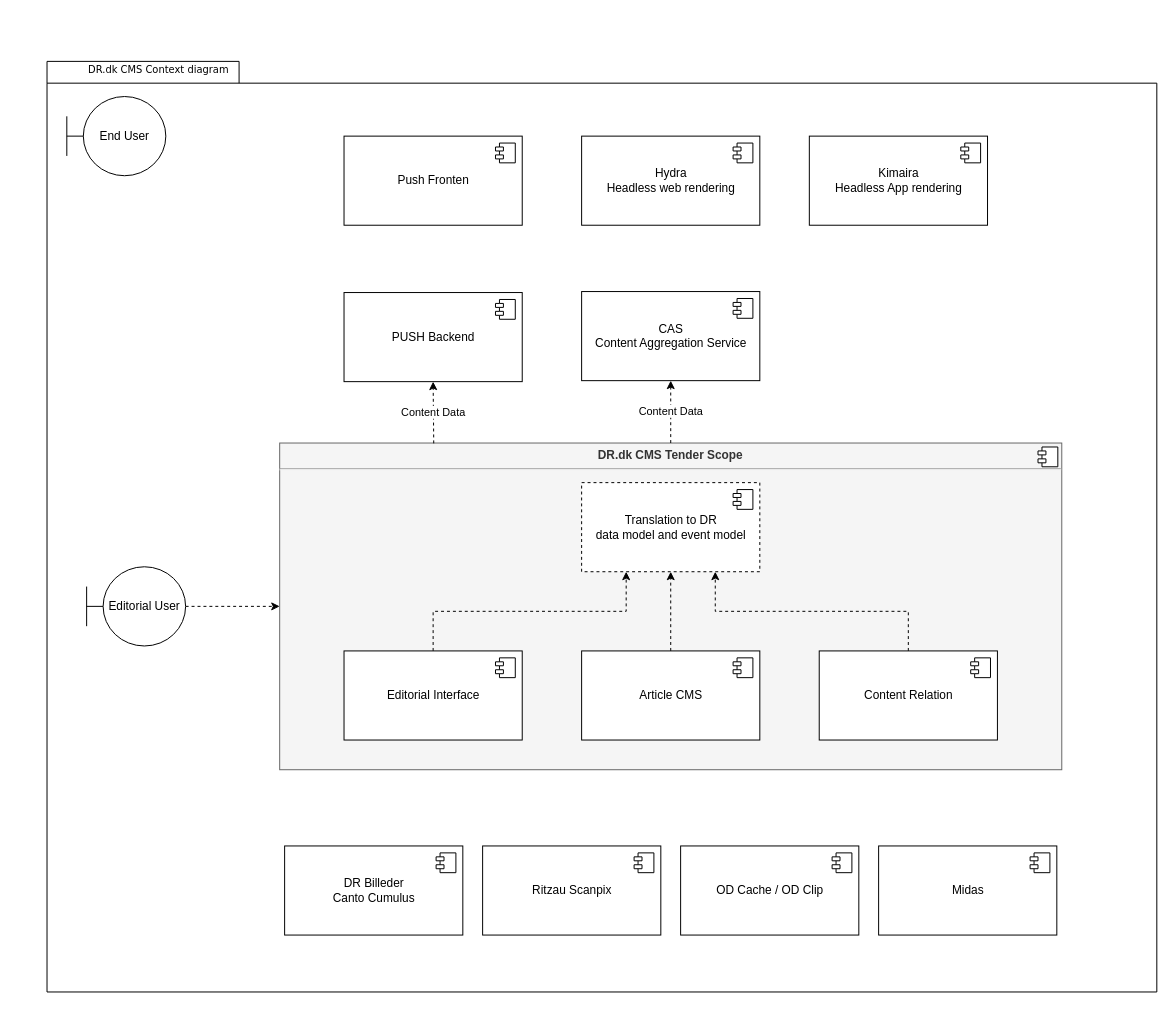
drdkjtop/arkitektur keeps this draw.io diagram as draw-io/CMS and related components.drawio. Above is the earlier version. Source tidied: cells renumbered, new cells numbered last; positions are measured from the earlier drawing's top-left corner, leaving out a move shared by most shapes. Both pictures are drawn from the tidied source at 99%, with x=0, y=0 at pixel (47, 60).
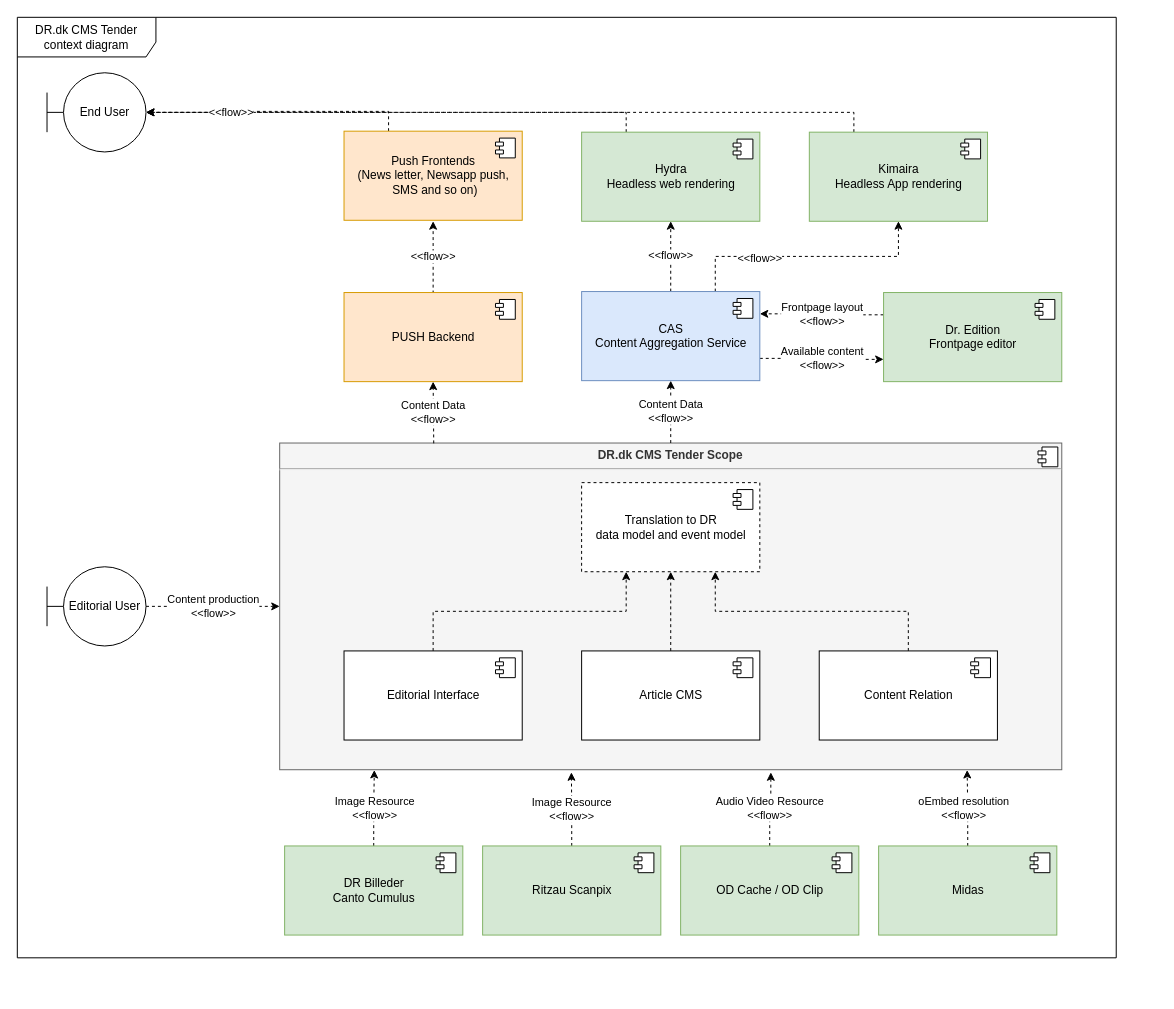
The same diagram, later.

The change refers to these unchanged cells:
```xml
<mxCell id="5" value="&lt;p style=&quot;margin: 0px ; margin-top: 6px ; text-align: center&quot;&gt;&lt;b&gt;DR.dk CMS Tender Scope&lt;/b&gt;&lt;/p&gt;&lt;hr&gt;&lt;p style=&quot;margin: 0px ; margin-left: 8px&quot;&gt;&lt;br&gt;&lt;/p&gt;" style="align=left;overflow=fill;html=1;fillColor=#f5f5f5;fontColor=#333333;strokeColor=#666666;" parent="1" vertex="1">
  <mxGeometry x="235" y="386" width="790" height="330" as="geometry" />
</mxCell>
```

What changed in the source:
```diff
@@
-    <mxCell id="2" style="shape=folder;fontStyle=1;spacingTop=10;tabWidth=194;tabHeight=22;tabPosition=left;html=1;rounded=0;shadow=0;comic=0;labelBackgroundColor=none;strokeWidth=1;fillColor=none;fontFamily=Verdana;fontSize=10;align=center;" parent="1" vertex="1">
-      <mxGeometry y="0.5" width="1121" height="940" as="geometry" />
-    </mxCell>
+    <mxCell id="41" value="DR.dk CMS Tender context diagram" style="shape=umlFrame;whiteSpace=wrap;html=1;width=140;height=40;" parent="1" vertex="1">
+      <mxGeometry x="-30" y="-44" width="1110" height="950" as="geometry" />
+    </mxCell>
@@
-    <mxCell id="4" value="DR.dk CMS Context diagram" style="text;html=1;align=left;verticalAlign=top;spacingTop=-4;fontSize=10;fontFamily=Verdana;" parent="1" vertex="1">
-      <mxGeometry x="40" y="0.5" width="130" height="20" as="geometry" />
-    </mxCell>
+    <mxCell id="42" style="edgeStyle=orthogonalEdgeStyle;rounded=0;jettySize=auto;html=1;exitX=0.5;exitY=0;exitDx=0;exitDy=0;entryX=0.879;entryY=1.001;entryDx=0;entryDy=0;dashed=1;entryPerimeter=0;" parent="1" edge="1" source="18" target="5">
+      <mxGeometry relative="1" as="geometry" />
+    </mxCell>
+    <mxCell id="43" value="oEmbed resolution&lt;br&gt;&amp;lt;&amp;lt;flow&amp;gt;&amp;gt;" style="edgeLabel;html=1;align=center;verticalAlign=middle;" parent="42" vertex="1">
+      <mxGeometry y="3" relative="1" as="geometry">
+        <mxPoint x="-1" as="offset" />
+      </mxGeometry>
+    </mxCell>
@@
+    <mxCell id="44" value="&amp;lt;&amp;lt;flow&amp;gt;&amp;gt;" style="edgeStyle=orthogonalEdgeStyle;rounded=0;jettySize=auto;html=1;exitX=0.5;exitY=0;exitDx=0;exitDy=0;entryX=0.5;entryY=1;entryDx=0;entryDy=0;dashed=1;" parent="1" edge="1" source="10" target="22">
+      <mxGeometry relative="1" as="geometry" />
+    </mxCell>
+    <mxCell id="45" style="edgeStyle=orthogonalEdgeStyle;rounded=0;jettySize=auto;html=1;exitX=0.75;exitY=0;exitDx=0;exitDy=0;entryX=0.5;entryY=1;entryDx=0;entryDy=0;dashed=1;" parent="1" edge="1" source="10" target="37">
+      <mxGeometry relative="1" as="geometry" />
+    </mxCell>
+    <mxCell id="46" value="&amp;lt;&amp;lt;flow&amp;gt;&amp;gt;" style="edgeLabel;html=1;align=center;verticalAlign=middle;" parent="45" vertex="1">
+      <mxGeometry x="-0.38" y="-2" relative="1" as="geometry">
+        <mxPoint x="1" as="offset" />
+      </mxGeometry>
+    </mxCell>
+    <mxCell id="47" value="Available content&lt;br&gt;&amp;lt;&amp;lt;flow&amp;gt;&amp;gt;" style="edgeStyle=orthogonalEdgeStyle;rounded=0;jettySize=auto;html=1;exitX=1;exitY=0.75;exitDx=0;exitDy=0;entryX=0;entryY=0.75;entryDx=0;entryDy=0;dashed=1;" parent="1" edge="1" source="10" target="57">
+      <mxGeometry relative="1" as="geometry" />
+    </mxCell>
-    <mxCell id="10" value="CAS&lt;br&gt;Content Aggregation Service" style="html=1;" parent="1" vertex="1">
+    <mxCell id="10" value="CAS&lt;br&gt;Content Aggregation Service" style="html=1;fillColor=#dae8fc;strokeColor=#6c8ebf;" parent="1" vertex="1">
       <mxGeometry x="540" y="233" width="180" height="90" as="geometry" />
     </mxCell>
@@
+    <mxCell id="48" value="Image Resource&lt;br&gt;&amp;lt;&amp;lt;flow&amp;gt;&amp;gt;" style="edgeStyle=orthogonalEdgeStyle;rounded=0;jettySize=auto;html=1;exitX=0.5;exitY=0;exitDx=0;exitDy=0;entryX=0.121;entryY=1.001;entryDx=0;entryDy=0;entryPerimeter=0;dashed=1;" parent="1" edge="1" source="12" target="5">
+      <mxGeometry relative="1" as="geometry" />
+    </mxCell>
-    <mxCell id="12" value="DR Billeder&lt;br&gt;Canto Cumulus" style="html=1;" parent="1" vertex="1">
+    <mxCell id="12" value="DR Billeder&lt;br&gt;Canto Cumulus" style="html=1;fillColor=#d5e8d4;strokeColor=#82b366;" parent="1" vertex="1">
       <mxGeometry x="240" y="793" width="180" height="90" as="geometry" />
     </mxCell>
@@
+    <mxCell id="49" value="Image Resource&lt;br&gt;&amp;lt;&amp;lt;flow&amp;gt;&amp;gt;" style="edgeStyle=orthogonalEdgeStyle;rounded=0;jettySize=auto;html=1;exitX=0.5;exitY=0;exitDx=0;exitDy=0;entryX=0.373;entryY=1.008;entryDx=0;entryDy=0;entryPerimeter=0;dashed=1;" parent="1" edge="1" source="14" target="5">
+      <mxGeometry relative="1" as="geometry" />
+    </mxCell>
-    <mxCell id="14" value="Ritzau Scanpix" style="html=1;" parent="1" vertex="1">
+    <mxCell id="14" value="Ritzau Scanpix" style="html=1;fillColor=#d5e8d4;strokeColor=#82b366;" parent="1" vertex="1">
       <mxGeometry x="440" y="793" width="180" height="90" as="geometry" />
     </mxCell>
@@
+    <mxCell id="50" value="Audio Video Resource&lt;br&gt;&amp;lt;&amp;lt;flow&amp;gt;&amp;gt;" style="edgeStyle=orthogonalEdgeStyle;rounded=0;jettySize=auto;html=1;exitX=0.5;exitY=0;exitDx=0;exitDy=0;entryX=0.628;entryY=1.008;entryDx=0;entryDy=0;entryPerimeter=0;dashed=1;" parent="1" edge="1" source="16" target="5">
+      <mxGeometry relative="1" as="geometry" />
+    </mxCell>
-    <mxCell id="16" value="OD Cache / OD Clip" style="html=1;" parent="1" vertex="1">
+    <mxCell id="16" value="OD Cache / OD Clip" style="html=1;fillColor=#d5e8d4;strokeColor=#82b366;" parent="1" vertex="1">
       <mxGeometry x="640" y="793" width="180" height="90" as="geometry" />
     </mxCell>
@@
-    <mxCell id="18" value="Midas" style="html=1;" parent="1" vertex="1">
+    <mxCell id="18" value="Midas" style="html=1;fillColor=#d5e8d4;strokeColor=#82b366;" parent="1" vertex="1">
       <mxGeometry x="840" y="793" width="180" height="90" as="geometry" />
     </mxCell>
@@
-    <mxCell id="20" style="edgeStyle=orthogonalEdgeStyle;rounded=0;jettySize=auto;html=1;entryX=0;entryY=0.5;entryDx=0;entryDy=0;dashed=1;" parent="1" edge="1" source="21" target="5">
+    <mxCell id="20" value="Content production&lt;br&gt;&amp;lt;&amp;lt;flow&amp;gt;&amp;gt;" style="edgeStyle=orthogonalEdgeStyle;rounded=0;jettySize=auto;html=1;entryX=0;entryY=0.5;entryDx=0;entryDy=0;dashed=1;" parent="1" edge="1" source="21" target="5">
       <mxGeometry relative="1" as="geometry" />
     </mxCell>
     <mxCell id="21" value="Editorial User" style="shape=umlBoundary;whiteSpace=wrap;html=1;" parent="1" vertex="1">
-      <mxGeometry x="40" y="511" width="100" height="80" as="geometry" />
+      <mxGeometry y="511" width="100" height="80" as="geometry" />
     </mxCell>
+    <mxCell id="51" style="edgeStyle=orthogonalEdgeStyle;rounded=0;jettySize=auto;html=1;exitX=0.25;exitY=0;exitDx=0;exitDy=0;dashed=1;" parent="1" edge="1" source="22" target="24">
+      <mxGeometry relative="1" as="geometry" />
+    </mxCell>
-    <mxCell id="22" value="Hydra&lt;br&gt;Headless web rendering" style="html=1;" parent="1" vertex="1">
-      <mxGeometry x="540" y="76" width="180" height="90" as="geometry" />
+    <mxCell id="22" value="Hydra&lt;br&gt;Headless web rendering" style="html=1;fillColor=#d5e8d4;strokeColor=#82b366;" parent="1" vertex="1">
+      <mxGeometry x="540" y="72" width="180" height="90" as="geometry" />
     </mxCell>
@@
     <mxCell id="24" value="End User" style="shape=umlBoundary;whiteSpace=wrap;html=1;" parent="1" vertex="1">
-      <mxGeometry x="20" y="36" width="100" height="80" as="geometry" />
+      <mxGeometry y="12" width="100" height="80" as="geometry" />
     </mxCell>
@@
-    <mxCell id="33" value="Content Data" style="endArrow=classic;html=1;rounded=0;exitX=0.5;exitY=0;exitDx=0;exitDy=0;entryX=0.5;entryY=1;entryDx=0;entryDy=0;dashed=1;" parent="1" edge="1" source="5" target="10">
+    <mxCell id="33" value="Content Data&lt;br&gt;&amp;lt;&amp;lt;flow&amp;gt;&amp;gt;" style="endArrow=classic;html=1;rounded=0;exitX=0.5;exitY=0;exitDx=0;exitDy=0;entryX=0.5;entryY=1;entryDx=0;entryDy=0;dashed=1;" parent="1" edge="1" source="5" target="10">
       <mxGeometry relative="1" as="geometry" />
     </mxCell>
+    <mxCell id="52" value="&amp;lt;&amp;lt;flow&amp;gt;&amp;gt;" style="edgeStyle=orthogonalEdgeStyle;rounded=0;orthogonalLoop=1;jettySize=auto;html=1;exitX=0.5;exitY=0;exitDx=0;exitDy=0;entryX=0.5;entryY=1;entryDx=0;entryDy=0;dashed=1;" parent="1" edge="1">
+      <mxGeometry relative="1" as="geometry">
+        <mxPoint x="390" y="235" as="sourcePoint" />
+        <mxPoint x="390" y="162" as="targetPoint" />
+      </mxGeometry>
+    </mxCell>
-    <mxCell id="34" value="PUSH Backend" style="html=1;" parent="1" vertex="1">
+    <mxCell id="34" value="PUSH Backend" style="html=1;fillColor=#ffe6cc;strokeColor=#d79b00;" parent="1" vertex="1">
       <mxGeometry x="300" y="234" width="180" height="90" as="geometry" />
     </mxCell>
@@
-    <mxCell id="36" value="Content Data" style="endArrow=classic;html=1;rounded=0;exitX=0.197;exitY=0.001;exitDx=0;exitDy=0;entryX=0.5;entryY=1;entryDx=0;entryDy=0;dashed=1;exitPerimeter=0;" parent="1" edge="1" source="5" target="34">
+    <mxCell id="36" value="Content Data&lt;br&gt;&amp;lt;&amp;lt;flow&amp;gt;&amp;gt;" style="endArrow=classic;html=1;rounded=0;exitX=0.197;exitY=0.001;exitDx=0;exitDy=0;entryX=0.5;entryY=1;entryDx=0;entryDy=0;dashed=1;exitPerimeter=0;" parent="1" edge="1" source="5" target="34">
       <mxGeometry relative="1" as="geometry" />
     </mxCell>
+    <mxCell id="53" style="edgeStyle=orthogonalEdgeStyle;rounded=0;jettySize=auto;html=1;exitX=0.25;exitY=0;exitDx=0;exitDy=0;dashed=1;" parent="1" edge="1" source="37" target="24">
+      <mxGeometry relative="1" as="geometry" />
+    </mxCell>
-    <mxCell id="37" value="Kimaira&lt;br&gt;Headless App rendering" style="html=1;" parent="1" vertex="1">
-      <mxGeometry x="770" y="76" width="180" height="90" as="geometry" />
+    <mxCell id="37" value="Kimaira&lt;br&gt;Headless App rendering" style="html=1;fillColor=#d5e8d4;strokeColor=#82b366;" parent="1" vertex="1">
+      <mxGeometry x="770" y="72" width="180" height="90" as="geometry" />
     </mxCell>
@@
+    <mxCell id="54" style="edgeStyle=orthogonalEdgeStyle;rounded=0;jettySize=auto;html=1;exitX=0.25;exitY=0;exitDx=0;exitDy=0;dashed=1;" parent="1" edge="1" source="39" target="24">
+      <mxGeometry relative="1" as="geometry" />
+    </mxCell>
+    <mxCell id="55" value="&amp;lt;&amp;lt;flow&amp;gt;&amp;gt;" style="edgeLabel;html=1;align=center;verticalAlign=middle;" parent="54" vertex="1">
+      <mxGeometry x="0.36" y="-1" relative="1" as="geometry" />
+    </mxCell>
-    <mxCell id="39" value="Push Fronten" style="html=1;" parent="1" vertex="1">
-      <mxGeometry x="300" y="76" width="180" height="90" as="geometry" />
+    <mxCell id="39" value="Push Frontends&lt;br&gt;(News letter, Newsapp push,&lt;br&gt;&amp;nbsp;SMS and so on)" style="html=1;fillColor=#ffe6cc;strokeColor=#d79b00;" parent="1" vertex="1">
+      <mxGeometry x="300" y="71" width="180" height="90" as="geometry" />
     </mxCell>
@@
+    <mxCell id="56" value="Frontpage layout&lt;br&gt;&amp;lt;&amp;lt;flow&amp;gt;&amp;gt;" style="edgeStyle=orthogonalEdgeStyle;rounded=0;jettySize=auto;html=1;exitX=0;exitY=0.25;exitDx=0;exitDy=0;entryX=1;entryY=0.25;entryDx=0;entryDy=0;dashed=1;" parent="1" edge="1" source="57" target="10">
+      <mxGeometry relative="1" as="geometry" />
+    </mxCell>
+    <mxCell id="57" value="Dr. Edition&lt;br&gt;Frontpage editor" style="html=1;fillColor=#d5e8d4;strokeColor=#82b366;" parent="1" vertex="1">
+      <mxGeometry x="845" y="234" width="180" height="90" as="geometry" />
+    </mxCell>
+    <mxCell id="58" style="shape=module;jettyWidth=8;jettyHeight=4;" parent="57" vertex="1">
+      <mxGeometry x="1" width="20" height="20" relative="1" as="geometry">
+        <mxPoint x="-27" y="7" as="offset" />
+      </mxGeometry>
+    </mxCell>
```
